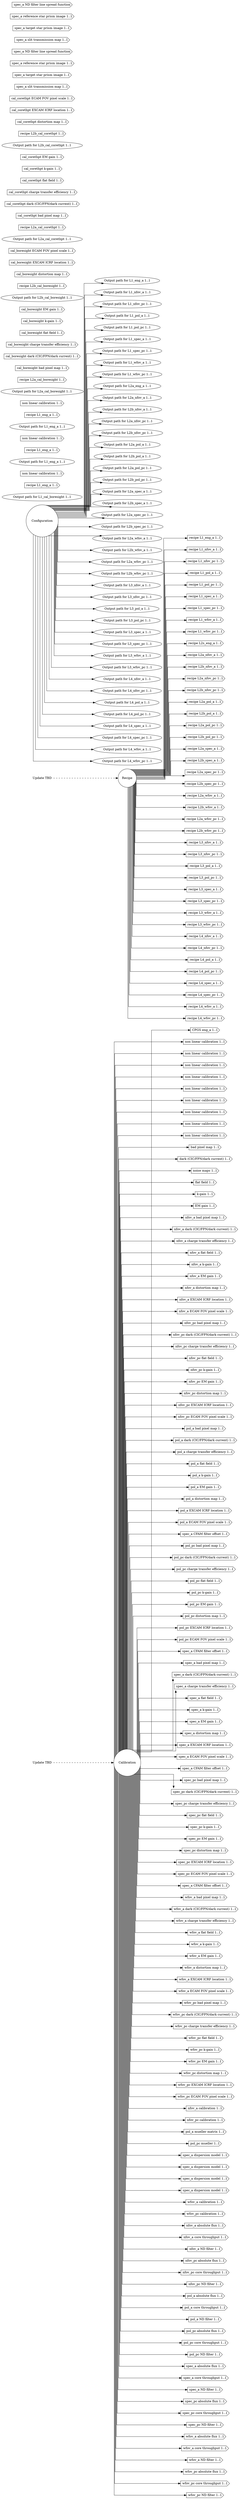
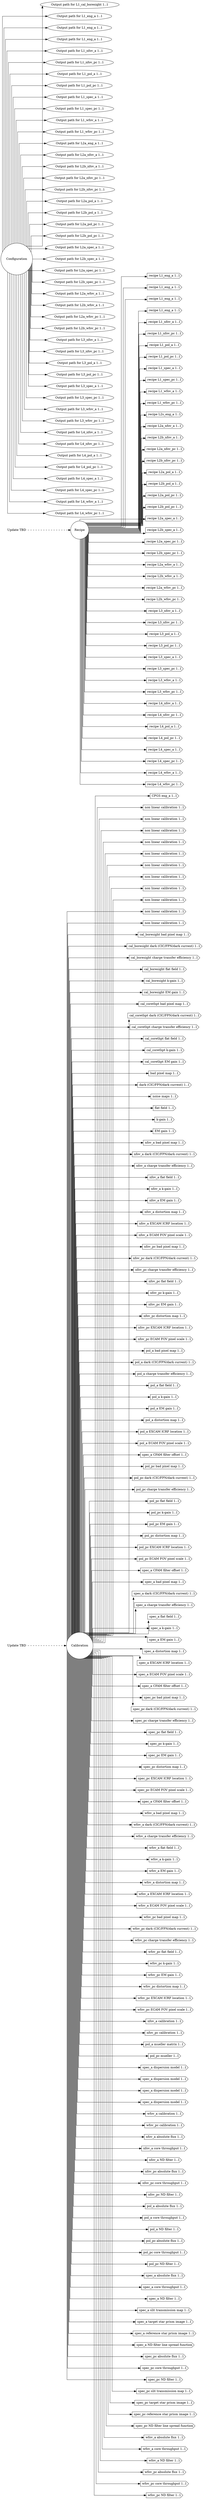
digraph Clerks
{
  graph [splines="ortho", rankdir=LR];

  alarm_cal [label="Update TBD", shape="none"];
  alarm_rec [label="Update TBD", shape="none"];

  calib [label="Calibration", shape="circle",
         runname="clerk.calibration"
         runtype="dawgie.Analyzer"
         fsmtype="dip.clerk.impls.calibration.FSM"];
  config [label="Configuration", shape="circle",
          runname="clerk.configuration",
          runtype="dawgie.Analyzer",
          fsmtype="dip.clerk.impls.config.FSM"];
  recipe [label="Recipe", shape="circle",
          runname="clerk.recipe"
          runtype="dawgie.Analyzer"
          fsmtype="dip.clerk.impls.recipe.FSM"];

  eng_a_cpgs [label="CPGS eng_a 1..1", shape="cds",
              valname="clerk.calibration.eng_a.cpgs",
              valtype="dip.base.Cpgs"];

  // begin l1
  l1_cal_boresight_odir [label="Output path for L1_cal_boresight 1..1", shape="ellipse",
                         valname="clerk.configuration.l1_cal_boresight.outdir",
                         valtype="dip.base.Configuration"];
  l1_cal_boresight_rec [label="recipe L1_eng_a 1..1", shape="cds",
                        valname="clerk.recipe.l1_cal_boresight.recipe",
                        valtype="dip.base.Recipe"];
  l1_cal_boresight_nllut [label="non linear calibration 1..1", shape="cds",
                          valname="clerk.calibration.l1_cal_boresight.nonlin",
                          valtype="dip.base.Calibration"];

  l1_cal_corethpt_odir [label="Output path for L1_eng_a 1..1", shape="ellipse",
                        valname="clerk.configuration.l1_cal_corethpt.outdir",
                        valtype="dip.base.Configuration"];
  l1_cal_corethpt_rec [label="recipe L1_eng_a 1..1", shape="cds",
                       valname="clerk.recipe.l1_cal_corethpt.recipe",
                       valtype="dip.base.Recipe"];
  l1_cal_corethpt_nllut [label="non linear calibration 1..1", shape="cds",
                         valname="clerk.calibration.l1_cal_corethpt.nonlin",
                         valtype="dip.base.Calibration"];

  l1_cal_pupil_odir [label="Output path for L1_eng_a 1..1", shape="ellipse",
                     valname="clerk.configuration.l1_cal_pupil.outdir",
                     valtype="dip.base.Configuration"];
  l1_cal_pupil_rec [label="recipe L1_eng_a 1..1", shape="cds",
                    valname="clerk.recipe.l1_cal_pupil.recipe",
                    valtype="dip.base.Recipe"];
-   l1_cal_pupil_nllut [label="non linear calibration 1..1", shape="cds",
-                       valname="clerk.calibration.l1_cal_pupil.nonlin",
-                       valtype="dip.base.Calibration"];

  l1_eng_a_odir [label="Output path for L1_eng_a 1..1", shape="ellipse",
                 valname="clerk.configuration.l1_eng_a.outdir",
                 valtype="dip.base.Configuration"];
  l1_eng_a_rec [label="recipe L1_eng_a 1..1", shape="cds",
                valname="clerk.recipe.l1_eng_a.recipe",
                valtype="dip.base.Recipe"];
  l1_eng_a_nln [label="non linear calibration 1..1", shape="cds",
                valname="clerk.calibration.l1_eng_a.nonlin",
                valtype="dip.base.Calibration"];

  l1_nfov_a_odir [label="Output path for L1_nfov_a 1..1", shape="ellipse",
                 valname="clerk.configuration.l1_nfov_a.outdir",
                 valtype="dip.base.Configuration"];
  l1_nfov_a_rec [label="recipe L1_nfov_a 1..1", shape="cds",
                valname="clerk.recipe.l1_nfov_a.recipe",
                valtype="dip.base.Recipe"];
  l1_nfov_a_nllut [label="non linear calibration 1..1", shape="cds",
                     valname="clerk.calibration.l1_nfov_a.nonlin",
                     valtype="dip.base.Calibration"];

  l1_nfov_pc_odir [label="Output path for L1_nfov_pc 1..1", shape="ellipse",
                 valname="clerk.configuration.l1_nfov_pc.outdir",
                 valtype="dip.base.Configuration"];
  l1_nfov_pc_rec [label="recipe L1_nfov_pc 1..1", shape="cds",
                valname="clerk.recipe.l1_nfov_pc.recipe",
                valtype="dip.base.Recipe"];
  l1_nfov_pc_nllut [label="non linear calibration 1..1", shape="cds",
                     valname="clerk.calibration.l1_nfov_pc.nonlin",
                     valtype="dip.base.Calibration"];

  l1_pol_a_odir [label="Output path for L1_pol_a 1..1", shape="ellipse",
                 valname="clerk.configuration.l1_pol_a.outdir",
                 valtype="dip.base.Configuration"];
  l1_pol_a_rec [label="recipe L1_pol_a 1..1", shape="cds",
                valname="clerk.recipe.l1_pol_a.recipe",
                valtype="dip.base.Recipe"];
  l1_pol_a_nllut [label="non linear calibration 1..1", shape="cds",
                     valname="clerk.calibration.l1_pol_a.nonlin",
                     valtype="dip.base.Calibration"];

  l1_pol_pc_odir [label="Output path for L1_pol_pc 1..1", shape="ellipse",
                 valname="clerk.configuration.l1_pol_pc.outdir",
                 valtype="dip.base.Configuration"];
  l1_pol_pc_rec [label="recipe L1_pol_pc 1..1", shape="cds",
                valname="clerk.recipe.l1_pol_pc.recipe",
                valtype="dip.base.Recipe"];
  l1_pol_pc_nllut [label="non linear calibration 1..1", shape="cds",
                     valname="clerk.calibration.l1_pol_pc.nonlin",
                     valtype="dip.base.Calibration"];

  l1_spec_a_odir [label="Output path for L1_spec_a 1..1", shape="ellipse",
                 valname="clerk.configuration.l1_spec_a.outdir",
                 valtype="dip.base.Configuration"];
  l1_spec_a_rec [label="recipe L1_spec_a 1..1", shape="cds",
                valname="clerk.recipe.l1_spec_a.recipe",
                valtype="dip.base.Recipe"];
  l1_spec_a_nllut [label="non linear calibration 1..1", shape="cds",
                     valname="clerk.calibration.l1_spec_a.nonlin",
                     valtype="dip.base.Calibration"];

  l1_spec_pc_odir [label="Output path for L1_spec_pc 1..1", shape="ellipse",
                 valname="clerk.configuration.l1_spec_pc.outdir",
                 valtype="dip.base.Configuration"];
  l1_spec_pc_rec [label="recipe L1_spec_pc 1..1", shape="cds",
                valname="clerk.recipe.l1_spec_pc.recipe",
                valtype="dip.base.Recipe"];
  l1_spec_pc_nllut [label="non linear calibration 1..1", shape="cds",
                     valname="clerk.calibration.l1_spec_pc.nonlin",
                     valtype="dip.base.Calibration"];

  l1_wfov_a_odir [label="Output path for L1_wfov_a 1..1", shape="ellipse",
                 valname="clerk.configuration.l1_wfov_a.outdir",
                 valtype="dip.base.Configuration"];
  l1_wfov_a_rec [label="recipe L1_wfov_a 1..1", shape="cds",
                valname="clerk.recipe.l1_wfov_a.recipe",
                valtype="dip.base.Recipe"];
  l1_wfov_a_nllut [label="non linear calibration 1..1", shape="cds",
                     valname="clerk.calibration.l1_wfov_a.nonlin",
                     valtype="dip.base.Calibration"];

  l1_wfov_pc_odir [label="Output path for L1_wfov_pc 1..1", shape="ellipse",
                 valname="clerk.configuration.l1_wfov_pc.outdir",
                 valtype="dip.base.Configuration"];
  l1_wfov_pc_rec [label="recipe L1_wfov_pc 1..1", shape="cds",
                valname="clerk.recipe.l1_wfov_pc.recipe",
                valtype="dip.base.Recipe"];
  l1_wfov_pc_nllut [label="non linear calibration 1..1", shape="cds",
                     valname="clerk.calibration.l1_wfov_pc.nonlin",
                     valtype="dip.base.Calibration"];
  // end l1

  // begin l2
-   l2a_cal_boresight_odir [label="Output path for L2a_cal_boresight 1..1", shape="ellipse",
-                           valname="clerk.configuration.l2a_cal_boresight.outdir",
-                           valtype="dip.base.Configuration"];
-   l2a_cal_boresight_rec [label="recipe L2a_cal_boresight 1..1", shape="cds",
-                          valname="clerk.recipe.l2a_cal_boresight.recipe",
-                          valtype="dip.base.Recipe"];
  l2a_cal_boresight_mbpm [label="cal_boresight bad pixel map 1..1", shape="cds",
                          valname="clerk.calibration.l2a_cal_boresight.bad_pix_map",
                          valtype="dip.base.Calibration"];
  l2a_cal_boresight_dnb  [label="cal_boresight dark (CIC/FPN/dark current) 1..1", shape="cds",
                          valname="clerk.calibration.l2a_cal_boresight.darks",
                          valtype="dip.base.Calibration"];
  l2a_cal_boresight_cti  [label="cal_boresight charge transfer efficiency 1..1", shape="cds",
                          valname="clerk.calibration.l2a_cal_boresight.charge_xfer_eff",
                          valtype="dip.base.Calibration"];
  l2a_cal_boresight_ff  [label="cal_boresight flat field 1..1", shape="cds",
                         valname="clerk.calibration.l2a_cal_boresight.flat_field",
                         valtype="dip.base.Calibration"];
  l2a_cal_boresight_kgain  [label="cal_boresight k-gain 1..1", shape="cds",
                            valname="clerk.calibration.l2a_cal_boresight.k_gain",
                            valtype="dip.base.Calibration"];
  l2a_cal_boresight_emg [label="cal_boresight EM gain 1..1", shape="cds",
                         valname="clerk.calibration.l2a_cal_boresight.em_gain",
                         valtype="dip.base.Calibration"];
-   l2b_cal_boresight_odir [label="Output path for L2b_cal_boresight 1..1", shape="ellipse",
-                           valname="clerk.configuration.l2b_cal_boresight.outdir",
-                           valtype="dip.base.Configuration"];
-   l2b_cal_boresight_rec [label="recipe L2b_cal_boresight 1..1", shape="cds",
-                          valname="clerk.recipe.l2b_cal_boresight.recipe",
-                          valtype="dip.base.Recipe"];
-   l2b_cal_boresight_distm [label="cal_boresight distortion map 1..1", shape="cds",
-                            valname="clerk.calibration.l2b_cal_boresight.distortion_map",
-                            valtype="dip.base.Calibration"];
-   l2b_cal_boresight_excicrf [label="cal_boresight EXCAM ICRF location 1..1", shape="cds",
-                              valname="clerk.calibration.l2b_cal_boresight.excam_icrf_location",
-                              valtype="dip.base.Calibration"];
-   l2b_cal_boresight_excfovps [label="cal_boresight ECAM FOV pixel scale 1..1", shape="cds",
-                               valname="clerk.calibration.l2b_cal_boresight.excam_fov_pixel_scale",
-                               valtype="dip.base.Calibration"];
- 
-   l2a_cal_corethpt_odir [label="Output path for L2a_cal_corethpt 1..1", shape="ellipse",
-                          valname="clerk.configuration.l2a_cal_corethpt.outdir",
-                          valtype="dip.base.Configuration"];
-   l2a_cal_corethpt_rec [label="recipe L2a_cal_corethpt 1..1", shape="cds",
-                         valname="clerk.recipe.l2a_cal_corethpt.recipe",
-                         valtype="dip.base.Recipe"];
+ 
  l2a_cal_corethpt_mbpm [label="cal_corethpt bad pixel map 1..1", shape="cds",
                         valname="clerk.calibration.l2a_cal_corethpt.bad_pix_map",
                         valtype="dip.base.Calibration"];
  l2a_cal_corethpt_dnb  [label="cal_corethpt dark (CIC/FPN/dark current) 1..1", shape="cds",
                         valname="clerk.calibration.l2a_cal_corethpt.darks",
                         valtype="dip.base.Calibration"];
  l2a_cal_corethpt_cti  [label="cal_corethpt charge transfer efficiency 1..1", shape="cds",
                         valname="clerk.calibration.l2a_cal_corethpt.charge_xfer_eff",
                         valtype="dip.base.Calibration"];
  l2a_cal_corethpt_ff  [label="cal_corethpt flat field 1..1", shape="cds",
                        valname="clerk.calibration.l2a_cal_corethpt.flat_field",
                        valtype="dip.base.Calibration"];
  l2a_cal_corethpt_kgain  [label="cal_corethpt k-gain 1..1", shape="cds",
                           valname="clerk.calibration.l2a_cal_corethpt.k_gain",
                           valtype="dip.base.Calibration"];
  l2a_cal_corethpt_emg [label="cal_corethpt EM gain 1..1", shape="cds",
                        valname="clerk.calibration.l2a_cal_corethpt.em_gain",
                        valtype="dip.base.Calibration"];
-   l2b_cal_corethpt_odir [label="Output path for L2b_cal_corethpt 1..1", shape="ellipse",
-                          valname="clerk.configuration.l2b_cal_corethpt.outdir",
-                          valtype="dip.base.Configuration"];
-   l2b_cal_corethpt_rec [label="recipe L2b_cal_corethpt 1..1", shape="cds",
-                         valname="clerk.recipe.l2b_cal_corethpt.recipe",
-                         valtype="dip.base.Recipe"];
-   l2b_cal_corethpt_distm [label="cal_corethpt distortion map 1..1", shape="cds",
-                           valname="clerk.calibration.l2b_cal_corethpt.distortion_map",
-                           valtype="dip.base.Calibration"];
-   l2b_cal_corethpt_excicrf [label="cal_corethpt EXCAM ICRF location 1..1", shape="cds",
-                             valname="clerk.calibration.l2b_cal_corethpt.excam_icrf_location",
-                             valtype="dip.base.Calibration"];
-   l2b_cal_corethpt_excfovps [label="cal_corethpt ECAM FOV pixel scale 1..1", shape="cds",
-                              valname="clerk.calibration.l2b_cal_corethpt.excam_fov_pixel_scale",
-                              valtype="dip.base.Calibration"];

  l2a_eng_a_odir [label="Output path for L2a_eng_a 1..1", shape="ellipse",
                 valname="clerk.configuration.l2_eng_a.outdir",
                 valtype="dip.base.Configuration"];
  l2a_eng_a_rec [label="recipe L2s_eng_a 1..1", shape="cds",
                 valname="clerk.recipe.l2a_eng_a.recipe",
                 valtype="dip.base.Recipe"];
  l2a_eng_a_mbpm [label="bad pixel map 1..1", shape="cds",
                valname="clerk.calibration.l2a_eng_a.bad_pix_map",
                valtype="dip.base.Calibration"];
  l2a_eng_a_dnb  [label="dark (CIC/FPN/dark current) 1..1", shape="cds",
                  valname="clerk.calibration.l2a_eng_a.darks",
                  valtype="dip.base.Calibration"];
  l2a_eng_a_nm  [label="noise maps 1..1", shape="cds",
                valname="clerk.calibration.l2a_eng_a.noise_map",
                valtype="dip.base.Calibration"];
  l2a_eng_a_ff  [label="flat field 1..1", shape="cds",
                valname="clerk.calibration.l2a_eng_a.flat_field",
                valtype="dip.base.Calibration"];
  l2a_eng_a_kgain  [label="k-gain 1..1", shape="cds",
                valname="clerk.calibration.l2a_eng_a.k_gain",
                valtype="dip.base.Calibration"];
  l2a_eng_a_emg [label="EM gain 1..1", shape="cds",
                valname="clerk.calibration.l2a_eng_a.em_gain",
                valtype="dip.base.Calibration"];

  l2a_nfov_a_odir [label="Output path for L2a_nfov_a 1..1", shape="ellipse",
                 valname="clerk.configuration.l2a_nfov_a.outdir",
                 valtype="dip.base.Configuration"];
  l2a_nfov_a_rec [label="recipe L2a_nfov_a 1..1", shape="cds",
                 valname="clerk.recipe.l2a_nfov_a.recipe",
                 valtype="dip.base.Recipe"];
  l2a_nfov_a_mbpm [label="nfov_a bad pixel map 1..1", shape="cds",
                valname="clerk.calibration.l2a_nfov_a.bad_pix_map",
                valtype="dip.base.Calibration"];
  l2a_nfov_a_dnb  [label="nfov_a dark (CIC/FPN/dark current) 1..1", shape="cds",
                  valname="clerk.calibration.l2a_nfov_a.darks",
                  valtype="dip.base.Calibration"];
  l2a_nfov_a_cti  [label="nfov_a charge transfer efficiency 1..1", shape="cds",
                valname="clerk.calibration.l2a_nfov_a.charge_xfer_eff",
                valtype="dip.base.Calibration"];
  l2a_nfov_a_ff  [label="nfov_a flat field 1..1", shape="cds",
                valname="clerk.calibration.l2a_nfov_a.flat_field",
                valtype="dip.base.Calibration"];
  l2a_nfov_a_kgain  [label="nfov_a k-gain 1..1", shape="cds",
                valname="clerk.calibration.l2a_nfov_a.k_gain",
                valtype="dip.base.Calibration"];
  l2a_nfov_a_emg [label="nfov_a EM gain 1..1", shape="cds",
                valname="clerk.calibration.l2a_nfov_a.em_gain",
                valtype="dip.base.Calibration"];
  l2b_nfov_a_odir [label="Output path for L2b_nfov_a 1..1", shape="ellipse",
                 valname="clerk.configuration.l2b_nfov_a.outdir",
                 valtype="dip.base.Configuration"];
  l2b_nfov_a_rec [label="recipe L2b_nfov_a 1..1", shape="cds",
                 valname="clerk.recipe.l2b_nfov_a.recipe",
                 valtype="dip.base.Recipe"];
  l2b_nfov_a_distm [label="nfov_a distortion map 1..1", shape="cds",
                 valname="clerk.calibration.l2b_nfov_a.distortion_map",
                 valtype="dip.base.Calibration"];
  l2b_nfov_a_excicrf [label="nfov_a EXCAM ICRF location 1..1", shape="cds",
                 valname="clerk.calibration.l2b_nfov_a.excam_icrf_location",
                 valtype="dip.base.Calibration"];
  l2b_nfov_a_excfovps [label="nfov_a ECAM FOV pixel scale 1..1", shape="cds",
                 valname="clerk.calibration.l2b_nfov_a.excam_fov_pixel_scale",
                 valtype="dip.base.Calibration"];

  l2a_nfov_pc_odir [label="Output path for L2a_nfov_pc 1..1", shape="ellipse",
                 valname="clerk.configuration.l2a_nfov_pc.outdir",
                 valtype="dip.base.Configuration"];
  l2a_nfov_pc_rec [label="recipe L2a_nfov_pc 1..1", shape="cds",
                 valname="clerk.recipe.l2a_nfov_pc.recipe",
                 valtype="dip.base.Recipe"];
  l2a_nfov_pc_mbpm [label="nfov_pc bad pixel map 1..1", shape="cds",
                valname="clerk.calibration.l2a_nfov_pc.bad_pix_map",
                valtype="dip.base.Calibration"];
  l2a_nfov_pc_dnb  [label="nfov_pc dark (CIC/FPN/dark current) 1..1", shape="cds",
                  valname="clerk.calibration.l2a_nfov_pc.darks",
                  valtype="dip.base.Calibration"];
  l2a_nfov_pc_cti  [label="nfov_pc charge transfer efficiency 1..1", shape="cds",
                valname="clerk.calibration.l2a_nfov_pc.charge_xfer_eff",
                valtype="dip.base.Calibration"];
  l2a_nfov_pc_ff  [label="nfov_pc flat field 1..1", shape="cds",
                valname="clerk.calibration.l2a_nfov_pc.flat_field",
                valtype="dip.base.Calibration"];
  l2a_nfov_pc_kgain  [label="nfov_pc k-gain 1..1", shape="cds",
                valname="clerk.calibration.l2a_nfov_pc.k_gain",
                valtype="dip.base.Calibration"];
  l2a_nfov_pc_emg [label="nfov_pc EM gain 1..1", shape="cds",
                valname="clerk.calibration.l2a_nfov_pc.em_gain",
                valtype="dip.base.Calibration"];
  l2b_nfov_pc_odir [label="Output path for L2b_nfov_pc 1..1", shape="ellipse",
                 valname="clerk.configuration.l2b_nfov_pc.outdir",
                 valtype="dip.base.Configuration"];
  l2b_nfov_pc_rec [label="recipe L2b_nfov_pc 1..1", shape="cds",
                 valname="clerk.recipe.l2b_nfov_pc.recipe",
                 valtype="dip.base.Recipe"];
  l2b_nfov_pc_distm [label="nfov_pc distortion map 1..1", shape="cds",
                 valname="clerk.calibration.l2b_nfov_pc.distortion_map",
                 valtype="dip.base.Calibration"];
  l2b_nfov_pc_excicrf [label="nfov_pc EXCAM ICRF location 1..1", shape="cds",
                 valname="clerk.calibration.l2b_nfov_pc.excam_icrf_location",
                 valtype="dip.base.Calibration"];
  l2b_nfov_pc_excfovps [label="nfov_pc ECAM FOV pixel scale 1..1", shape="cds",
                 valname="clerk.calibration.l2b_nfov_pc.excam_fov_pixel_scale",
                 valtype="dip.base.Calibration"];

  l2a_pol_a_odir [label="Output path for L2a_pol_a 1..1", shape="ellipse",
                 valname="clerk.configuration.l2a_pol_a.outdir",
                 valtype="dip.base.Configuration"];
  l2a_pol_a_rec [label="recipe L2a_pol_a 1..1", shape="cds",
                 valname="clerk.recipe.l2a_pol_a.recipe",
                 valtype="dip.base.Recipe"];
  l2a_pol_a_mbpm [label="pol_a bad pixel map 1..1", shape="cds",
                valname="clerk.calibration.l2a_pol_a.bad_pix_map",
                valtype="dip.base.Calibration"];
  l2a_pol_a_dnb  [label="pol_a dark (CIC/FPN/dark current) 1..1", shape="cds",
                  valname="clerk.calibration.l2a_pol_a.darks",
                  valtype="dip.base.Calibration"];
  l2a_pol_a_cti  [label="pol_a charge transfer efficiency 1..1", shape="cds",
                valname="clerk.calibration.l2a_pol_a.charge_xfer_eff",
                valtype="dip.base.Calibration"];
  l2a_pol_a_polff  [label="pol_a flat field 1..1", shape="cds",
                valname="clerk.calibration.l2a_pol_a.flat_field",
                valtype="dip.base.Calibration"];
  l2a_pol_a_kgain  [label="pol_a k-gain 1..1", shape="cds",
                valname="clerk.calibration.l2a_pol_a.k_gain",
                valtype="dip.base.Calibration"];
  l2a_pol_a_emg [label="pol_a EM gain 1..1", shape="cds",
                valname="clerk.calibration.l2a_pol_a.em_gain",
                valtype="dip.base.Calibration"];
  l2b_pol_a_odir [label="Output path for L2b_pol_a 1..1", shape="ellipse",
                 valname="clerk.configuration.l2b_pol_a.outdir",
                 valtype="dip.base.Configuration"];
  l2b_pol_a_rec [label="recipe L2b_pol_a 1..1", shape="cds",
                 valname="clerk.recipe.l2b_pol_a.recipe",
                 valtype="dip.base.Recipe"];
  l2b_pol_a_distm [label="pol_a distortion map 1..1", shape="cds",
                 valname="clerk.calibration.l2b_pol_a.distortion_map",
                 valtype="dip.base.Calibration"];
  l2b_pol_a_excicrf [label="pol_a EXCAM ICRF location 1..1", shape="cds",
                 valname="clerk.calibration.l2b_pol_a.excam_icrf_location",
                 valtype="dip.base.Calibration"];
  l2b_pol_a_excfovps [label="pol_a ECAM FOV pixel scale 1..1", shape="cds",
                 valname="clerk.calibration.l2b_pol_a.excam_fov_pixel_scale",
                 valtype="dip.base.Calibration"];
  l2b_pol_a_cfamfo [label="spec_a CFAM filter offset 1..1", shape="cds",
                 valname="clerk.calibration.l2b_pol_a.cfam_filter_offset",
                 valtype="dip.base.Calibration"];

  l2a_pol_pc_odir [label="Output path for L2a_pol_pc 1..1", shape="ellipse",
                 valname="clerk.configuration.l2a_pol_pc.outdir",
                 valtype="dip.base.Configuration"];
  l2a_pol_pc_rec [label="recipe L2a_pol_pc 1..1", shape="cds",
                 valname="clerk.recipe.l2a_pol_pc.recipe",
                 valtype="dip.base.Recipe"];
  l2a_pol_pc_mbpm [label="pol_pc bad pixel map 1..1", shape="cds",
                valname="clerk.calibration.l2a_pol_pc.bad_pix_map",
                valtype="dip.base.Calibration"];
  l2a_pol_pc_dnb  [label="pol_pc dark (CIC/FPN/dark current) 1..1", shape="cds",
                  valname="clerk.calibration.l2a_pol_pc.darks",
                  valtype="dip.base.Calibration"];
  l2a_pol_pc_cti  [label="pol_pc charge transfer efficiency 1..1", shape="cds",
                valname="clerk.calibration.l2a_pol_pc.charge_xfer_eff",
                valtype="dip.base.Calibration"];
  l2a_pol_pc_polff  [label="pol_pc flat field 1..1", shape="cds",
                valname="clerk.calibration.l2a_pol_pc.flat_field",
                valtype="dip.base.Calibration"];
  l2a_pol_pc_kgain  [label="pol_pc k-gain 1..1", shape="cds",
                valname="clerk.calibration.l2a_pol_pc.k_gain",
                valtype="dip.base.Calibration"];
  l2a_pol_pc_emg [label="pol_pc EM gain 1..1", shape="cds",
                valname="clerk.calibration.l2a_pol_pc.em_gain",
                valtype="dip.base.Calibration"];
  l2b_pol_pc_odir [label="Output path for L2b_pol_pc 1..1", shape="ellipse",
                 valname="clerk.configuration.l2b_pol_pc.outdir",
                 valtype="dip.base.Configuration"];
  l2b_pol_pc_rec [label="recipe L2b_pol_pc 1..1", shape="cds",
                 valname="clerk.recipe.l2b_pol_pc.recipe",
                 valtype="dip.base.Recipe"];
  l2b_pol_pc_distm [label="pol_pc distortion map 1..1", shape="cds",
                 valname="clerk.calibration.l2b_pol_pc.distortion_map",
                 valtype="dip.base.Calibration"];
  l2b_pol_pc_excicrf [label="pol_pc EXCAM ICRF location 1..1", shape="cds",
                 valname="clerk.calibration.l2b_pol_pc.excam_icrf_location",
                 valtype="dip.base.Calibration"];
  l2b_pol_pc_excfovps [label="pol_pc ECAM FOV pixel scale 1..1", shape="cds",
                 valname="clerk.calibration.l2b_pol_pc.excam_fov_pixel_scale",
                 valtype="dip.base.Calibration"];
  l2b_pol_pc_cfamfo [label="spec_a CFAM filter offset 1..1", shape="cds",
                 valname="clerk.calibration.l2b_pol_pc.cfam_filter_offset",
                 valtype="dip.base.Calibration"];

  l2a_spec_a_odir [label="Output path for L2a_spec_a 1..1", shape="ellipse",
                 valname="clerk.configuration.l2a_spec_a.outdir",
                 valtype="dip.base.Configuration"];
  l2a_spec_a_rec [label="recipe L2a_spec_a 1..1", shape="cds",
                 valname="clerk.recipe.l2a_spec_a.recipe",
                 valtype="dip.base.Recipe"];
  l2a_spec_a_mbpm [label="spec_a bad pixel map 1..1", shape="cds",
                valname="clerk.calibration.l2a_spec_a.bad_pix_map",
                valtype="dip.base.Calibration"];
  l2a_spec_a_dnb  [label="spec_a dark (CIC/FPN/dark current) 1..1", shape="cds",
                  valname="clerk.calibration.l2a_spec_a.darks",
                  valtype="dip.base.Calibration"];
  l2a_spec_a_cti  [label="spec_a charge transfer efficiency 1..1", shape="cds",
                valname="clerk.calibration.l2a_spec_a.charge_xfer_eff",
                valtype="dip.base.Calibration"];
  l2a_spec_a_ff  [label="spec_a flat field 1..1", shape="cds",
                valname="clerk.calibration.l2a_spec_a.flat_field",
                valtype="dip.base.Calibration"];
  l2a_spec_a_kgain  [label="spec_a k-gain 1..1", shape="cds",
                valname="clerk.calibration.l2a_spec_a.k_gain",
                valtype="dip.base.Calibration"];
  l2a_spec_a_emg [label="spec_a EM gain 1..1", shape="cds",
                valname="clerk.calibration.l2a_spec_a.em_gain",
                valtype="dip.base.Calibration"];
  l2b_spec_a_odir [label="Output path for L2b_spec_a 1..1", shape="ellipse",
                 valname="clerk.configuration.l2b_spec_a.outdir",
                 valtype="dip.base.Configuration"];
  l2b_spec_a_rec [label="recipe L2b_spec_a 1..1", shape="cds",
                 valname="clerk.recipe.l2b_spec_a.recipe",
                 valtype="dip.base.Recipe"];
  l2b_spec_a_distm [label="spec_a distortion map 1..1", shape="cds",
                 valname="clerk.calibration.l2b_spec_a.distortion_map",
                 valtype="dip.base.Calibration"];
  l2b_spec_a_excicrf [label="spec_a EXCAM ICRF location 1..1", shape="cds",
                 valname="clerk.calibration.l2b_spec_a.excam_icrf_location",
                 valtype="dip.base.Calibration"];
  l2b_spec_a_excfovps [label="spec_a ECAM FOV pixel scale 1..1", shape="cds",
                 valname="clerk.calibration.l2b_spec_a.excam_fov_pixel_scale",
                 valtype="dip.base.Calibration"];
  l2b_spec_a_cfamfo [label="spec_a CFAM filter offset 1..1", shape="cds",
                 valname="clerk.calibration.l2b_spec_a.cfam_filter_offset",
                 valtype="dip.base.Calibration"];

  l2a_spec_pc_odir [label="Output path for L2a_spec_pc 1..1", shape="ellipse",
                 valname="clerk.configuration.l2a_spec_pc.outdir",
                 valtype="dip.base.Configuration"];
  l2a_spec_pc_rec [label="recipe L2a_spec_pc 1..1", shape="cds",
                 valname="clerk.recipe.l2a_spec_pc.recipe",
                 valtype="dip.base.Recipe"];
  l2a_spec_pc_mbpm [label="spec_pc bad pixel map 1..1", shape="cds",
                valname="clerk.calibration.l2a_spec_pc.bad_pix_map",
                valtype="dip.base.Calibration"];
  l2a_spec_pc_dnb  [label="spec_pc dark (CIC/FPN/dark current) 1..1", shape="cds",
                  valname="clerk.calibration.l2a_spec_pc.darks",
                  valtype="dip.base.Calibration"];
  l2a_spec_pc_cti  [label="spec_pc charge transfer efficiency 1..1", shape="cds",
                valname="clerk.calibration.l2a_spec_pc.charge_xfer_eff",
                valtype="dip.base.Calibration"];
  l2a_spec_pc_ff  [label="spec_pc flat field 1..1", shape="cds",
                valname="clerk.calibration.l2a_spec_pc.flat_field",
                valtype="dip.base.Calibration"];
  l2a_spec_pc_kgain  [label="spec_pc k-gain 1..1", shape="cds",
                valname="clerk.calibration.l2a_spec_pc.k_gain",
                valtype="dip.base.Calibration"];
  l2a_spec_pc_emg [label="spec_pc EM gain 1..1", shape="cds",
                valname="clerk.calibration.l2a_spec_pc.em_gain",
                valtype="dip.base.Calibration"];
  l2b_spec_pc_odir [label="Output path for L2b_spec_pc 1..1", shape="ellipse",
                 valname="clerk.configuration.l2b_spec_pc.outdir",
                 valtype="dip.base.Configuration"];
  l2b_spec_pc_rec [label="recipe L2b_spec_pc 1..1", shape="cds",
                 valname="clerk.recipe.l2b_spec_pc.recipe",
                 valtype="dip.base.Recipe"];
  l2b_spec_pc_distm [label="spec_pc distortion map 1..1", shape="cds",
                 valname="clerk.calibration.l2b_spec_pc.distortion_map",
                 valtype="dip.base.Calibration"];
  l2b_spec_pc_excicrf [label="spec_pc EXCAM ICRF location 1..1", shape="cds",
                 valname="clerk.calibration.l2b_spec_pc.excam_icrf_location",
                 valtype="dip.base.Calibration"];
  l2b_spec_pc_excfovps [label="spec_pc ECAM FOV pixel scale 1..1", shape="cds",
                 valname="clerk.calibration.l2b_spec_pc.excam_fov_pixel_scale",
                 valtype="dip.base.Calibration"];
  l2b_spec_pc_cfamfo [label="spec_a CFAM filter offset 1..1", shape="cds",
                 valname="clerk.calibration.l2b_spec_pc.cfam_filter_offset",
                 valtype="dip.base.Calibration"];

  l2a_wfov_a_odir [label="Output path for L2a_wfov_a 1..1", shape="ellipse",
                 valname="clerk.configuration.l2a_wfov_a.outdir",
                 valtype="dip.base.Configuration"];
  l2a_wfov_a_rec [label="recipe L2a_wfov_a 1..1", shape="cds",
                 valname="clerk.recipe.l2a_wfov_a.recipe",
                 valtype="dip.base.Recipe"];
  l2a_wfov_a_mbpm [label="wfov_a bad pixel map 1..1", shape="cds",
                valname="clerk.calibration.l2a_wfov_a.bad_pix_map",
                valtype="dip.base.Calibration"];
  l2a_wfov_a_dnb  [label="wfov_a dark (CIC/FPN/dark current) 1..1", shape="cds",
                  valname="clerk.calibration.l2a_wfov_a.darks",
                  valtype="dip.base.Calibration"];
  l2a_wfov_a_cti  [label="wfov_a charge transfer efficiency 1..1", shape="cds",
                valname="clerk.calibration.l2a_wfov_a.charge_xfer_eff",
                valtype="dip.base.Calibration"];
  l2a_wfov_a_ff  [label="wfov_a flat field 1..1", shape="cds",
                valname="clerk.calibration.l2a_wfov_a.flat_field",
                valtype="dip.base.Calibration"];
  l2a_wfov_a_kgain  [label="wfov_a k-gain 1..1", shape="cds",
                valname="clerk.calibration.l2a_wfov_a.k_gain",
                valtype="dip.base.Calibration"];
  l2a_wfov_a_emg [label="wfov_a EM gain 1..1", shape="cds",
                valname="clerk.calibration.l2a_wfov_a.em_gain",
                valtype="dip.base.Calibration"];
  l2b_wfov_a_odir [label="Output path for L2b_wfov_a 1..1", shape="ellipse",
                 valname="clerk.configuration.l2b_wfov_a.outdir",
                 valtype="dip.base.Configuration"];
  l2b_wfov_a_rec [label="recipe L2b_wfov_a 1..1", shape="cds",
                 valname="clerk.recipe.l2b_wfov_a.recipe",
                 valtype="dip.base.Recipe"];
  l2b_wfov_a_distm [label="wfov_a distortion map 1..1", shape="cds",
                 valname="clerk.calibration.l2b_wfov_a.distortion_map",
                 valtype="dip.base.Calibration"];
  l2b_wfov_a_excicrf [label="wfov_a EXCAM ICRF location 1..1", shape="cds",
                 valname="clerk.calibration.l2b_wfov_a.excam_icrf_location",
                 valtype="dip.base.Calibration"];
  l2b_wfov_a_excfovps [label="wfov_a ECAM FOV pixel scale 1..1", shape="cds",
                 valname="clerk.calibration.l2b_wfov_a.excam_fov_pixel_scale",
                 valtype="dip.base.Calibration"];

  l2a_wfov_pc_odir [label="Output path for L2a_wfov_pc 1..1", shape="ellipse",
                 valname="clerk.configuration.l2a_wfov_pc.outdir",
                 valtype="dip.base.Configuration"];
  l2a_wfov_pc_rec [label="recipe L2a_wfov_pc 1..1", shape="cds",
                 valname="clerk.recipe.l2a_wfov_pc.recipe",
                 valtype="dip.base.Recipe"];
  l2a_wfov_pc_mbpm [label="wfov_pc bad pixel map 1..1", shape="cds",
                valname="clerk.calibration.l2a_wfov_pc.bad_pix_map",
                valtype="dip.base.Calibration"];
  l2a_wfov_pc_dnb  [label="wfov_pc dark (CIC/FPN/dark current) 1..1", shape="cds",
                  valname="clerk.calibration.l2a_wfov_pc.darks",
                  valtype="dip.base.Calibration"];
  l2a_wfov_pc_cti  [label="wfov_pc charge transfer efficiency 1..1", shape="cds",
                valname="clerk.calibration.l2a_wfov_pc.charge_xfer_eff",
                valtype="dip.base.Calibration"];
  l2a_wfov_pc_ff  [label="wfov_pc flat field 1..1", shape="cds",
                valname="clerk.calibration.l2a_wfov_pc.flat_field",
                valtype="dip.base.Calibration"];
  l2a_wfov_pc_kgain  [label="wfov_pc k-gain 1..1", shape="cds",
                valname="clerk.calibration.l2a_wfov_pc.k_gain",
                valtype="dip.base.Calibration"];
  l2a_wfov_pc_emg [label="wfov_pc EM gain 1..1", shape="cds",
                valname="clerk.calibration.l2a_wfov_pc.em_gain",
                valtype="dip.base.Calibration"];
  l2b_wfov_pc_odir [label="Output path for L2b_wfov_pc 1..1", shape="ellipse",
                 valname="clerk.configuration.l2b_wfov_pc.outdir",
                 valtype="dip.base.Configuration"];
  l2b_wfov_pc_rec [label="recipe L2b_wfov_pc 1..1", shape="cds",
                 valname="clerk.recipe.l2b_wfov_pc.recipe",
                 valtype="dip.base.Recipe"];
  l2b_wfov_pc_distm [label="wfov_pc distortion map 1..1", shape="cds",
                 valname="clerk.calibration.l2b_wfov_pc.distortion_map",
                 valtype="dip.base.Calibration"];
  l2b_wfov_pc_excicrf [label="wfov_pc EXCAM ICRF location 1..1", shape="cds",
                 valname="clerk.calibration.l2b_wfov_pc.excam_icrf_location",
                 valtype="dip.base.Calibration"];
  l2b_wfov_pc_excfovps [label="wfov_pc ECAM FOV pixel scale 1..1", shape="cds",
                 valname="clerk.calibration.l2b_wfov_pc.excam_fov_pixel_scale",
                 valtype="dip.base.Calibration"];
  // end l2

  // begin l3

  l3_nfov_a_odir [label="Output path for L3_nfov_a 1..1", shape="ellipse",
                 valname="clerk.configuration.l3_nfov_a.outdir",
                 valtype="dip.base.Configuration"];
  l3_nfov_a_rec [label="recipe L3_nfov_a 1..1", shape="cds",
                 valname="clerk.recipe.l3_nfov_a.recipe",
                 valtype="dip.base.Recipe"];
  l3_nfov_a_cal [label="nfov_a calibration 1..1", shape="cds",
                 valname="clerk.calibration.l3_nfov_a.calibration",
                 valtype="dip.base.Calibration"];

  l3_nfov_pc_odir [label="Output path for L3_nfov_pc 1..1", shape="ellipse",
                 valname="clerk.configuration.l3_nfov_pc.outdir",
                 valtype="dip.base.Configuration"];
  l3_nfov_pc_rec [label="recipe L3_nfov_pc 1..1", shape="cds",
                 valname="clerk.recipe.l3_nfov_pc.recipe",
                 valtype="dip.base.Recipe"];
  l3_nfov_pc_cal [label="nfov_pc calibration 1..1", shape="cds",
                 valname="clerk.calibration.l3_nfov_pc.calibration",
                 valtype="dip.base.Calibration"];

  l3_pol_a_odir [label="Output path for L3_pol_a 1..1", shape="ellipse",
                 valname="clerk.configuration.l3_pol_a.outdir",
                 valtype="dip.base.Configuration"];
  l3_pol_a_rec [label="recipe L3_pol_a 1..1", shape="cds",
                 valname="clerk.recipe.l3_pol_a.recipe",
                 valtype="dip.base.Recipe"];
  l3_pol_a_mueller [label="pol_a mueller matrix 1..1", shape="cds",
                 valname="clerk.calibration.l3_pol_a.mueller_matrix",
                 valtype="dip.base.Calibration"];

  l3_pol_pc_odir [label="Output path for L3_pol_pc 1..1", shape="ellipse",
                 valname="clerk.configuration.l3_pol_pc.outdir",
                 valtype="dip.base.Configuration"];
  l3_pol_pc_rec [label="recipe L3_pol_pc 1..1", shape="cds",
                 valname="clerk.recipe.l3_pol_pc.recipe",
                 valtype="dip.base.Recipe"];
  l3_pol_pc_mueller [label="pol_pc mueller 1..1", shape="cds",
                 valname="clerk.calibration.l3_pol_pc.mueller_matrix",
                 valtype="dip.base.Calibration"];

  l3_spec_a_odir [label="Output path for L3_spec_a 1..1", shape="ellipse",
                 valname="clerk.configuration.l3_spec_a.outdir",
                 valtype="dip.base.Configuration"];
  l3_spec_a_rec [label="recipe L3_spec_a 1..1", shape="cds",
                 valname="clerk.recipe.l3_spec_a.recipe",
                 valtype="dip.base.Recipe"];
  l3_spec_a_dispm [label="spec_a dispersion model 1..1", shape="cds",
                 valname="clerk.calibration.l3_spec_a.dispersion_model",
                 valtype="dip.base.Calibration"];
  l3_spec_a_wavem [label="spec_a dispersion model 1..1", shape="cds",
                 valname="clerk.calibration.l3_spec_a.wavelength_map",
                 valtype="dip.base.Calibration"];

  l3_spec_pc_odir [label="Output path for L3_spec_pc 1..1", shape="ellipse",
                 valname="clerk.configuration.l3_spec_pc.outdir",
                 valtype="dip.base.Configuration"];
  l3_spec_pc_rec [label="recipe L3_spec_pc 1..1", shape="cds",
                 valname="clerk.recipe.l3_spec_pc.recipe",
                 valtype="dip.base.Recipe"];
  l3_spec_pc_dispm [label="spec_a dispersion model 1..1", shape="cds",
                 valname="clerk.calibration.l3_spec_pc.dispersion_model",
                 valtype="dip.base.Calibration"];
  l3_spec_pc_wavem [label="spec_a dispersion model 1..1", shape="cds",
                 valname="clerk.calibration.l3_spec_pc.wavelength_map",
                 valtype="dip.base.Calibration"];

  l3_wfov_a_odir [label="Output path for L3_wfov_a 1..1", shape="ellipse",
                 valname="clerk.configuration.l3_wfov_a.outdir",
                 valtype="dip.base.Configuration"];
  l3_wfov_a_rec [label="recipe L3_wfov_a 1..1", shape="cds",
                 valname="clerk.recipe.l3_wfov_a.recipe",
                 valtype="dip.base.Recipe"];
  l3_wfov_a_cal [label="wfov_a calibration 1..1", shape="cds",
                 valname="clerk.calibration.l3_wfov_a.calibration",
                 valtype="dip.base.Calibration"];

  l3_wfov_pc_odir [label="Output path for L3_wfov_pc 1..1", shape="ellipse",
                 valname="clerk.configuration.l3_wfov_pc.outdir",
                 valtype="dip.base.Configuration"];
  l3_wfov_pc_rec [label="recipe L3_wfov_pc 1..1", shape="cds",
                 valname="clerk.recipe.l3_wfov_pc.recipe",
                 valtype="dip.base.Recipe"];
  l3_wfov_pc_cal [label="wfov_pc calibration 1..1", shape="cds",
                 valname="clerk.calibration.l3_wfov_pc.calibration",
                 valtype="dip.base.Calibration"];
  // end l3

  // begin l4

  l4_nfov_a_odir [label="Output path for L4_nfov_a 1..1", shape="ellipse",
                 valname="clerk.configuration.l4_nfov_a.outdir",
                 valtype="dip.base.Configuration"];
  l4_nfov_a_rec [label="recipe L4_nfov_a 1..1", shape="cds",
                 valname="clerk.recipe.l4_nfov_a.recipe",
                 valtype="dip.base.Recipe"];
  l4_nfov_a_afcal [label="nfov_a absolute flux 1..1", shape="cds",
                 valname="clerk.calibration.l4_nfov_a.absolute_flux",
                 valtype="dip.base.Calibration"];
  l4_nfov_a_ctcal [label="nfov_a core throughput 1..1", shape="cds",
                 valname="clerk.calibration.l4_nfov_a.core_thruput",
                 valtype="dip.base.Calibration"];
  l4_nfov_a_ndfilt [label="nfov_a ND filter 1..1", shape="cds",
                 valname="clerk.calibration.l4_nfov_a.nd_filter",
                 valtype="dip.base.Calibration"];

  l4_nfov_pc_odir [label="Output path for L4_nfov_pc 1..1", shape="ellipse",
                 valname="clerk.configuration.l4_nfov_pc.outdir",
                 valtype="dip.base.Configuration"];
  l4_nfov_pc_rec [label="recipe L4_nfov_pc 1..1", shape="cds",
                 valname="clerk.recipe.l4_nfov_pc.recipe",
                 valtype="dip.base.Recipe"];
  l4_nfov_pc_afcal [label="nfov_pc absolute flux 1..1", shape="cds",
                 valname="clerk.calibration.l4_nfov_pc.absolute_flux",
                 valtype="dip.base.Calibration"];
  l4_nfov_pc_ctcal [label="nfov_pc core throughput 1..1", shape="cds",
                 valname="clerk.calibration.l4_nfov_pc.core_thruput",
                 valtype="dip.base.Calibration"];
  l4_nfov_pc_ndfilt [label="nfov_pc ND filter 1..1", shape="cds",
                 valname="clerk.calibration.l4_nfov_pc.nd_filter",
                 valtype="dip.base.Calibration"];

  l4_pol_a_odir [label="Output path for L4_pol_a 1..1", shape="ellipse",
                 valname="clerk.configuration.l4_pol_a.outdir",
                 valtype="dip.base.Configuration"];
  l4_pol_a_rec [label="recipe L4_pol_a 1..1", shape="cds",
                 valname="clerk.recipe.l4_pol_a.recipe",
                 valtype="dip.base.Recipe"];
  l4_pol_a_afcal [label="pol_a absolute flux 1..1", shape="cds",
                 valname="clerk.calibration.l4_pol_a.absolute_flux",
                 valtype="dip.base.Calibration"];
  l4_pol_a_ctcal [label="pol_a core throughput 1..1", shape="cds",
                 valname="clerk.calibration.l4_pol_a.core_thruput",
                 valtype="dip.base.Calibration"];
  l4_pol_a_ndfilt [label="pol_a ND filter 1..1", shape="cds",
                 valname="clerk.calibration.l4_pol_a.nd_filter",
                 valtype="dip.base.Calibration"];

  l4_pol_pc_odir [label="Output path for L4_pol_pc 1..1", shape="ellipse",
                 valname="clerk.configuration.l4_pol_pc.outdir",
                 valtype="dip.base.Configuration"];
  l4_pol_pc_rec [label="recipe L4_pol_pc 1..1", shape="cds",
                 valname="clerk.recipe.l4_pol_pc.recipe",
                 valtype="dip.base.Recipe"];
  l4_pol_pc_afcal [label="pol_pc absolute flux 1..1", shape="cds",
                 valname="clerk.calibration.l4_pol_pc.absolute_flux",
                 valtype="dip.base.Calibration"];
  l4_pol_pc_ctcal [label="pol_pc core throughput 1..1", shape="cds",
                 valname="clerk.calibration.l4_pol_pc.core_thruput",
                 valtype="dip.base.Calibration"];
  l4_pol_pc_ndfilt [label="pol_pc ND filter 1..1", shape="cds",
                 valname="clerk.calibration.l4_pol_pc.nd_filter",
                 valtype="dip.base.Calibration"];

  l4_spec_a_odir [label="Output path for L4_spec_a 1..1", shape="ellipse",
                 valname="clerk.configuration.l4_spec_a.outdir",
                 valtype="dip.base.Configuration"];
  l4_spec_a_rec [label="recipe L4_spec_a 1..1", shape="cds",
                 valname="clerk.recipe.l4_spec_a.recipe",
                 valtype="dip.base.Recipe"];
  l4_spec_a_afcal [label="spec_a absolute flux 1..1", shape="cds",
                 valname="clerk.calibration.l4_spec_a.absolute_flux",
                 valtype="dip.base.Calibration"];
  l4_spec_a_ctcal [label="spec_a core throughput 1..1", shape="cds",
                 valname="clerk.calibration.l4_spec_a.core_thruput",
                 valtype="dip.base.Calibration"];
  l4_spec_a_ndfilt [label="spec_a ND filter 1..1", shape="cds",
                 valname="clerk.calibration.l4_spec_a.nd_filter",
                 valtype="dip.base.Calibration"];
  l4_spec_a_stmap [label="spec_a slit transmission map 1..1", shape="cds",
                 valname="clerk.calibration.l4_spec_a.slit_transmission_map",
                 valtype="dip.base.Calibration"];
  l4_spec_a_tspi [label="spec_a target star prism image 1..1", shape="cds",
                 valname="clerk.calibration.l4_spec_a.target_star_prism_image",
                 valtype="dip.base.Calibration"];
  l4_spec_a_rspi [label="spec_a reference star prism image 1..1", shape="cds",
                 valname="clerk.calibration.l4_spec_a.ref_star_prism_image",
                 valtype="dip.base.Calibration"];
  l4_spec_a_lsf [label="spec_a ND filter line spread function", shape="cds",
                 valname="clerk.calibration.l4_spec_a.line_spread_function",
                 valtype="dip.base.Calibration"];

  l4_spec_pc_odir [label="Output path for L4_spec_pc 1..1", shape="ellipse",
                 valname="clerk.configuration.l4_spec_pc.outdir",
                 valtype="dip.base.Configuration"];
  l4_spec_pc_rec [label="recipe L4_spec_pc 1..1", shape="cds",
                 valname="clerk.recipe.l4_spec_pc.recipe",
                 valtype="dip.base.Recipe"];
  l4_spec_pc_afcal [label="spec_pc absolute flux 1..1", shape="cds",
                 valname="clerk.calibration.l4_spec_pc.absolute_flux",
                 valtype="dip.base.Calibration"];
  l4_spec_pc_ctcal [label="spec_pc core throughput 1..1", shape="cds",
                 valname="clerk.calibration.l4_spec_pc.core_thruput",
                 valtype="dip.base.Calibration"];
  l4_spec_pc_ndfilt [label="spec_pc ND filter 1..1", shape="cds",
                 valname="clerk.calibration.l4_spec_pc.nd_filter",
                 valtype="dip.base.Calibration"];
-   l4_spec_pc_stmap [label="spec_a slit transmission map 1..1", shape="cds",
+   l4_spec_pc_stmap [label="spec_pc slit transmission map 1..1", shape="cds",
                 valname="clerk.calibration.l4_spec_pc.slit_transmission_map",
                 valtype="dip.base.Calibration"];
-   l4_spec_pc_tspi [label="spec_a target star prism image 1..1", shape="cds",
+   l4_spec_pc_tspi [label="spec_pc target star prism image 1..1", shape="cds",
                 valname="clerk.calibration.l4_spec_pc.target_star_prism_image",
                 valtype="dip.base.Calibration"];
-   l4_spec_pc_rspi [label="spec_a reference star prism image 1..1", shape="cds",
+   l4_spec_pc_rspi [label="spec_pc reference star prism image 1..1", shape="cds",
                 valname="clerk.calibration.l4_spec_pc.ref_star_prism_image",
                 valtype="dip.base.Calibration"];
-   l4_spec_pc_lsf [label="spec_a ND filter line spread function", shape="cds",
+   l4_spec_pc_lsf [label="spec_pc ND filter line spread function", shape="cds",
                 valname="clerk.calibration.l4_spec_pc.line_spread_function",
                 valtype="dip.base.Calibration"];

  l4_wfov_a_odir [label="Output path for L4_wfov_a 1..1", shape="ellipse",
                 valname="clerk.configuration.l4_wfov_a.outdir",
                 valtype="dip.base.Configuration"];
  l4_wfov_a_rec [label="recipe L4_wfov_a 1..1", shape="cds",
                 valname="clerk.recipe.l4_wfov_a.recipe",
                 valtype="dip.base.Recipe"];
  l4_wfov_a_afcal [label="wfov_a absolute flux 1..1", shape="cds",
                 valname="clerk.calibration.l4_wfov_a.absolute_flux",
                 valtype="dip.base.Calibration"];
  l4_wfov_a_ctcal [label="wfov_a core throughput 1..1", shape="cds",
                 valname="clerk.calibration.l4_wfov_a.core_thruput",
                 valtype="dip.base.Calibration"];
  l4_wfov_a_ndfilt [label="wfov_a ND filter 1..1", shape="cds",
                 valname="clerk.calibration.l4_wfov_a.nd_filter",
                 valtype="dip.base.Calibration"];

  l4_wfov_pc_odir [label="Output path for L4_wfov_pc 1..1", shape="ellipse",
                 valname="clerk.configuration.l4_wfov_pc.outdir",
                 valtype="dip.base.Configuration"];
  l4_wfov_pc_rec [label="recipe L4_wfov_pc 1..1", shape="cds",
                 valname="clerk.recipe.l4_wfov_pc.recipe",
                 valtype="dip.base.Recipe"];
  l4_wfov_pc_afcal [label="wfov_pc absolute flux 1..1", shape="cds",
                 valname="clerk.calibration.l4_wfov_pc.absolute_flux",
                 valtype="dip.base.Calibration"];
  l4_wfov_pc_ctcal [label="wfov_pc core throughput 1..1", shape="cds",
                 valname="clerk.calibration.l4_wfov_pc.core_thruput",
                 valtype="dip.base.Calibration"];
  l4_wfov_pc_ndfilt [label="wfov_pc ND filter 1..1", shape="cds",
                 valname="clerk.calibration.l4_wfov_pc.nd_filter",
                 valtype="dip.base.Calibration"];
  // end l4
  alarm_cal -> calib [style="dashed"];
  alarm_rec -> recipe [style="dashed"];
+ 
+   calib -> l1_cal_boresight_nllut;
+   calib -> l2a_cal_boresight_mbpm;
+   calib -> l2a_cal_boresight_dnb;
+   calib -> l2a_cal_boresight_cti;
+   calib -> l2a_cal_boresight_ff;
+   calib -> l2a_cal_boresight_kgain;
+   calib -> l2a_cal_boresight_emg;
+   config -> l1_cal_boresight_odir;
+   recipe -> l1_cal_boresight_rec;
+ 
+   calib -> l1_cal_corethpt_nllut;
+   calib -> l2a_cal_corethpt_mbpm;
+   calib -> l2a_cal_corethpt_dnb;
+   calib -> l2a_cal_corethpt_cti;
+   calib -> l2a_cal_corethpt_ff;
+   calib -> l2a_cal_corethpt_kgain;
+   calib -> l2a_cal_corethpt_emg;
+   config -> l1_cal_corethpt_odir;
+   recipe -> l1_cal_corethpt_rec;
+ 
+   config -> l1_cal_pupil_odir;
+   recipe -> l1_cal_pupil_rec;

  calib -> eng_a_cpgs;
  calib -> l1_eng_a_nln;
  calib -> l2a_eng_a_mbpm;
  calib -> l2a_eng_a_dnb;
  calib -> l2a_eng_a_nm;
  calib -> l2a_eng_a_ff;
  calib -> l2a_eng_a_kgain;
  calib -> l2a_eng_a_emg;
  config -> l1_eng_a_odir;
  config -> l2a_eng_a_odir;
  recipe -> l1_eng_a_rec;
  recipe -> l2a_eng_a_rec;

  calib -> l1_nfov_a_nllut;
  calib -> l2a_nfov_a_mbpm;
  calib -> l2a_nfov_a_dnb;
  calib -> l2a_nfov_a_cti;
  calib -> l2a_nfov_a_ff;
  calib -> l2a_nfov_a_kgain;
  calib -> l2a_nfov_a_emg;
  calib -> l2b_nfov_a_distm;
  calib -> l2b_nfov_a_excicrf;
  calib -> l2b_nfov_a_excfovps;
  calib -> l3_nfov_a_cal;
  calib -> l4_nfov_a_afcal;
  calib -> l4_nfov_a_ctcal;
  calib -> l4_nfov_a_ndfilt;
  config -> l1_nfov_a_odir;
  config -> l2a_nfov_a_odir;
  config -> l2b_nfov_a_odir;
  config -> l3_nfov_a_odir;
  config -> l4_nfov_a_odir;
  recipe -> l1_nfov_a_rec;
  recipe -> l2a_nfov_a_rec;
  recipe -> l2b_nfov_a_rec;
  recipe -> l3_nfov_a_rec;
  recipe -> l4_nfov_a_rec;

  calib -> l1_nfov_pc_nllut;
  calib -> l2a_nfov_pc_mbpm;
  calib -> l2a_nfov_pc_dnb;
  calib -> l2a_nfov_pc_cti;
  calib -> l2a_nfov_pc_ff;
  calib -> l2a_nfov_pc_kgain;
  calib -> l2a_nfov_pc_emg;
  calib -> l2b_nfov_pc_distm;
  calib -> l2b_nfov_pc_excicrf;
  calib -> l2b_nfov_pc_excfovps;
  calib -> l3_nfov_pc_cal;
  calib -> l4_nfov_pc_afcal;
  calib -> l4_nfov_pc_ctcal;
  calib -> l4_nfov_pc_ndfilt;
  config -> l1_nfov_pc_odir;
  config -> l2a_nfov_pc_odir;
  config -> l2b_nfov_pc_odir;
  config -> l3_nfov_pc_odir;
  config -> l4_nfov_pc_odir;
  recipe -> l1_nfov_pc_rec;
  recipe -> l2a_nfov_pc_rec;
  recipe -> l2b_nfov_pc_rec;
  recipe -> l3_nfov_pc_rec;
  recipe -> l4_nfov_pc_rec;

  calib -> l1_pol_a_nllut;
  calib -> l2a_pol_a_mbpm;
  calib -> l2a_pol_a_dnb;
  calib -> l2a_pol_a_cti;
  calib -> l2a_pol_a_polff;
  calib -> l2a_pol_a_kgain;
  calib -> l2a_pol_a_emg;
  calib -> l2b_pol_a_distm;
  calib -> l2b_pol_a_excicrf;
  calib -> l2b_pol_a_excfovps;
  calib -> l2b_pol_a_cfamfo;
  calib -> l3_pol_a_mueller;
  calib -> l4_pol_a_afcal;
  calib -> l4_pol_a_ctcal;
  calib -> l4_pol_a_ndfilt;
  config -> l1_pol_a_odir;
  config -> l2a_pol_a_odir;
  config -> l2b_pol_a_odir;
  config -> l3_pol_a_odir;
  config -> l4_pol_a_odir;
  recipe -> l1_pol_a_rec;
  recipe -> l2a_pol_a_rec;
  recipe -> l2b_pol_a_rec;
  recipe -> l3_pol_a_rec;
  recipe -> l4_pol_a_rec;

  calib -> l1_pol_pc_nllut;
  calib -> l2a_pol_pc_mbpm;
  calib -> l2a_pol_pc_dnb;
  calib -> l2a_pol_pc_cti;
  calib -> l2a_pol_pc_polff;
  calib -> l2a_pol_pc_kgain;
  calib -> l2a_pol_pc_emg;
  calib -> l2b_pol_pc_distm;
  calib -> l2b_pol_pc_excicrf;
  calib -> l2b_pol_pc_excfovps;
  calib -> l2b_pol_pc_cfamfo;
  calib -> l3_pol_pc_mueller;
  calib -> l4_pol_pc_afcal;
  calib -> l4_pol_pc_ctcal;
  calib -> l4_pol_pc_ndfilt;
  config -> l1_pol_pc_odir;
  config -> l2a_pol_pc_odir;
  config -> l2b_pol_pc_odir;
  config -> l3_pol_pc_odir;
  config -> l4_pol_pc_odir;
  recipe -> l1_pol_pc_rec;
  recipe -> l2a_pol_pc_rec;
  recipe -> l2b_pol_pc_rec;
  recipe -> l3_pol_pc_rec;
  recipe -> l4_pol_pc_rec;

  calib -> l1_spec_a_nllut;
  calib -> l2a_spec_a_mbpm;
  calib -> l2a_spec_a_dnb;
  calib -> l2a_spec_a_cti;
  calib -> l2a_spec_a_ff;
  calib -> l2a_spec_a_kgain;
  calib -> l2a_spec_a_emg;
  calib -> l2b_spec_a_distm;
  calib -> l2b_spec_a_excicrf;
  calib -> l2b_spec_a_excfovps;
  calib -> l2b_spec_a_cfamfo;
  calib -> l3_spec_a_dispm;
  calib -> l3_spec_a_wavem;
  calib -> l4_spec_a_afcal;
  calib -> l4_spec_a_ctcal;
  calib -> l4_spec_a_ndfilt;
+   calib -> l4_spec_a_stmap;
+   calib -> l4_spec_a_tspi;
+   calib -> l4_spec_a_rspi;
+   calib -> l4_spec_a_lsf;
  config -> l1_spec_a_odir;
  config -> l2a_spec_a_odir;
  config -> l2b_spec_a_odir;
  config -> l3_spec_a_odir;
  config -> l4_spec_a_odir;
  recipe -> l1_spec_a_rec;
  recipe -> l2a_spec_a_rec;
  recipe -> l2b_spec_a_rec;
  recipe -> l3_spec_a_rec;
  recipe -> l4_spec_a_rec;

  calib -> l1_spec_pc_nllut;
  calib -> l2a_spec_pc_mbpm;
  calib -> l2a_spec_pc_dnb;
  calib -> l2a_spec_pc_cti;
  calib -> l2a_spec_pc_ff;
  calib -> l2a_spec_pc_kgain;
  calib -> l2a_spec_pc_emg;
  calib -> l2b_spec_pc_distm;
  calib -> l2b_spec_pc_excicrf;
  calib -> l2b_spec_pc_excfovps;
  calib -> l2b_spec_pc_cfamfo;
  calib -> l3_spec_pc_dispm;
  calib -> l3_spec_pc_wavem;
  calib -> l4_spec_pc_afcal;
  calib -> l4_spec_pc_ctcal;
  calib -> l4_spec_pc_ndfilt;
+   calib -> l4_spec_pc_stmap;
+   calib -> l4_spec_pc_tspi;
+   calib -> l4_spec_pc_rspi;
+   calib -> l4_spec_pc_lsf;
  config -> l1_spec_pc_odir;
  config -> l2a_spec_pc_odir;
  config -> l2b_spec_pc_odir;
  config -> l3_spec_pc_odir;
  config -> l4_spec_pc_odir;
  recipe -> l1_spec_pc_rec;
  recipe -> l2a_spec_pc_rec;
  recipe -> l2b_spec_pc_rec;
  recipe -> l3_spec_pc_rec;
  recipe -> l4_spec_pc_rec;

  calib -> l1_wfov_a_nllut;
  calib -> l2a_wfov_a_mbpm;
  calib -> l2a_wfov_a_dnb;
  calib -> l2a_wfov_a_cti;
  calib -> l2a_wfov_a_ff;
  calib -> l2a_wfov_a_kgain;
  calib -> l2a_wfov_a_emg;
  calib -> l2b_wfov_a_distm;
  calib -> l2b_wfov_a_excicrf;
  calib -> l2b_wfov_a_excfovps;
  calib -> l3_wfov_a_cal;
  calib -> l4_wfov_a_afcal;
  calib -> l4_wfov_a_ctcal;
  calib -> l4_wfov_a_ndfilt;
  config -> l1_wfov_a_odir;
  config -> l2a_wfov_a_odir;
  config -> l2b_wfov_a_odir;
  config -> l3_wfov_a_odir;
  config -> l4_wfov_a_odir;
  recipe -> l1_wfov_a_rec;
  recipe -> l2a_wfov_a_rec;
  recipe -> l2b_wfov_a_rec;
  recipe -> l3_wfov_a_rec;
  recipe -> l4_wfov_a_rec;

  calib -> l1_wfov_pc_nllut;
  calib -> l2a_wfov_pc_mbpm;
  calib -> l2a_wfov_pc_dnb;
  calib -> l2a_wfov_pc_cti;
  calib -> l2a_wfov_pc_ff;
  calib -> l2a_wfov_pc_kgain;
  calib -> l2a_wfov_pc_emg;
  calib -> l2b_wfov_pc_distm;
  calib -> l2b_wfov_pc_excicrf;
  calib -> l2b_wfov_pc_excfovps;
  calib -> l3_wfov_pc_cal;
  calib -> l4_wfov_pc_afcal;
  calib -> l4_wfov_pc_ctcal;
  calib -> l4_wfov_pc_ndfilt;
  config -> l1_wfov_pc_odir;
  config -> l2a_wfov_pc_odir;
  config -> l2b_wfov_pc_odir;
  config -> l3_wfov_pc_odir;
  config -> l4_wfov_pc_odir;
  recipe -> l1_wfov_pc_rec;
  recipe -> l2a_wfov_pc_rec;
  recipe -> l2b_wfov_pc_rec;
  recipe -> l3_wfov_pc_rec;
  recipe -> l4_wfov_pc_rec;
}
